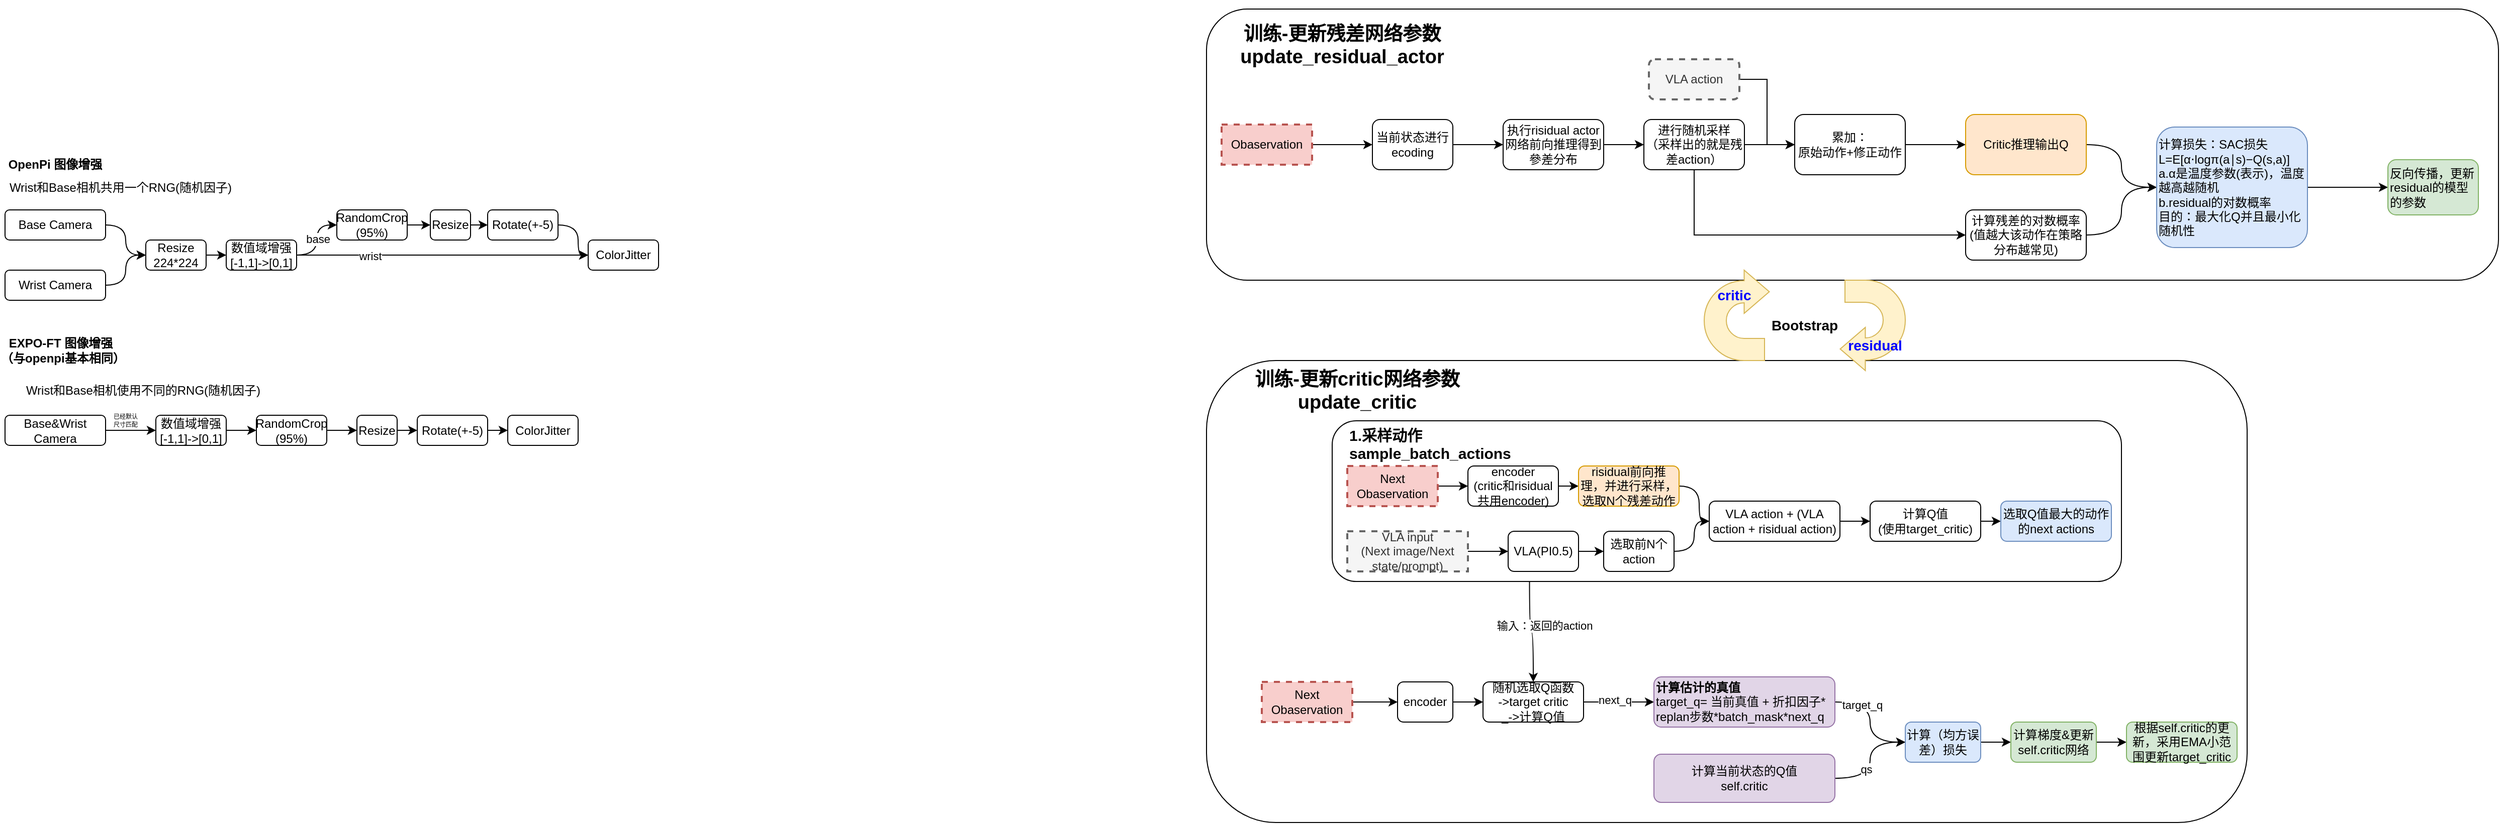
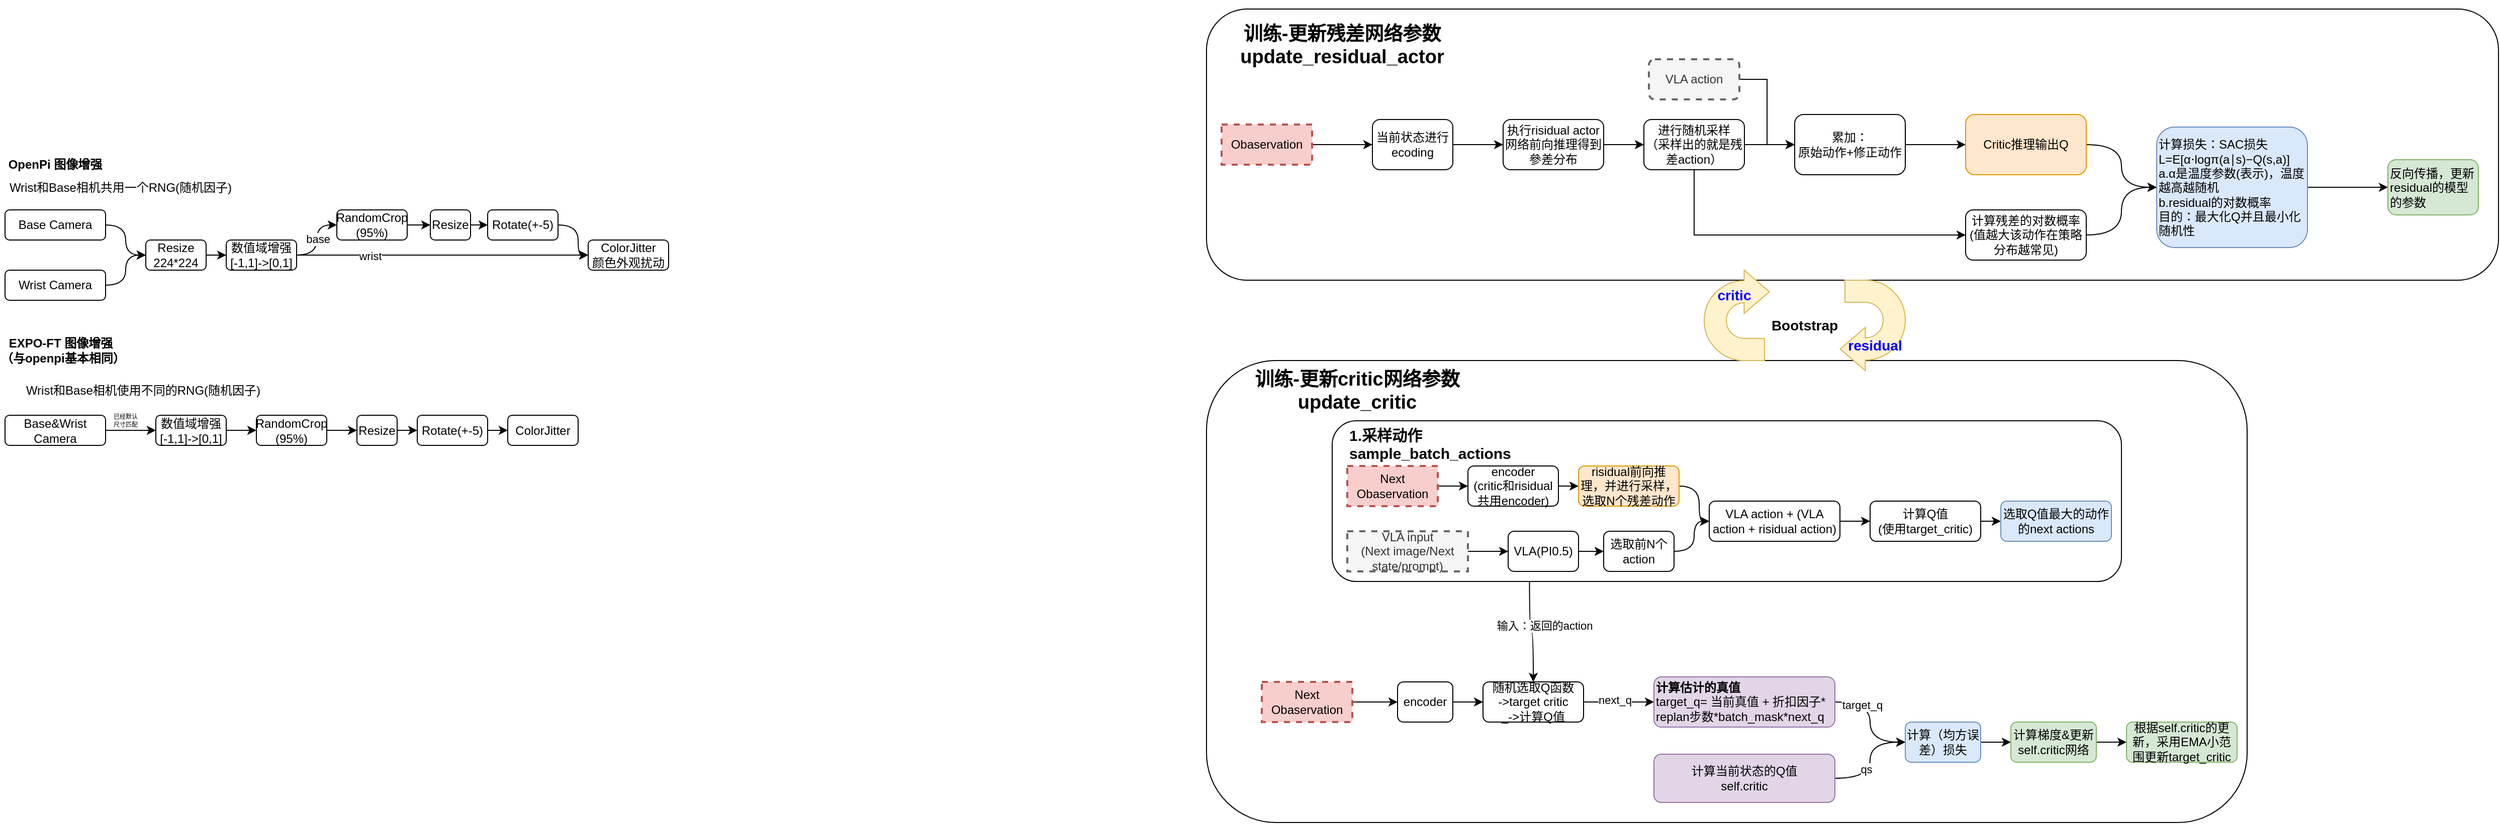
<mxfile host="app.diagrams.net">
  <diagram name="第 1 页" id="Xl2nalXjscSPXPMrPieM">
-     <mxGraphModel dx="2153" dy="1418" grid="1" gridSize="10" guides="1" tooltips="1" connect="1" arrows="1" fold="1" page="1" pageScale="1" pageWidth="827" pageHeight="1169" math="0" shadow="0">
+     <mxGraphModel dx="1893" dy="680" grid="1" gridSize="10" guides="1" tooltips="1" connect="1" arrows="1" fold="1" page="1" pageScale="1" pageWidth="827" pageHeight="1169" math="0" shadow="0">
      <root>
        <mxCell id="0" />
        <mxCell id="1" parent="0" />
        <mxCell id="5m5IZYSdE89hOnIhnB_D-75" parent="1" style="rounded=1;whiteSpace=wrap;html=1;" value="" vertex="1">
          <mxGeometry height="460" width="1035" x="-55" y="540" as="geometry" />
        </mxCell>
        <mxCell id="5m5IZYSdE89hOnIhnB_D-59" edge="1" parent="1" source="5m5IZYSdE89hOnIhnB_D-50" style="edgeStyle=orthogonalEdgeStyle;curved=1;rounded=0;orthogonalLoop=1;jettySize=auto;html=1;exitX=0.25;exitY=1;exitDx=0;exitDy=0;entryX=0.5;entryY=0;entryDx=0;entryDy=0;" target="5m5IZYSdE89hOnIhnB_D-56">
          <mxGeometry relative="1" as="geometry" />
        </mxCell>
        <mxCell id="5m5IZYSdE89hOnIhnB_D-60" connectable="0" parent="5m5IZYSdE89hOnIhnB_D-59" style="edgeLabel;html=1;align=center;verticalAlign=middle;resizable=0;points=[];" value="输入：返回的action" vertex="1">
          <mxGeometry relative="1" x="-0.1644" y="4" as="geometry">
            <mxPoint x="10" as="offset" />
          </mxGeometry>
        </mxCell>
        <mxCell id="5m5IZYSdE89hOnIhnB_D-22" parent="1" style="rounded=1;whiteSpace=wrap;html=1;" value="" vertex="1">
          <mxGeometry height="270" width="1285" x="-55" y="190" as="geometry" />
        </mxCell>
        <mxCell id="5m5IZYSdE89hOnIhnB_D-3" edge="1" parent="1" source="5m5IZYSdE89hOnIhnB_D-1" style="edgeStyle=orthogonalEdgeStyle;rounded=0;orthogonalLoop=1;jettySize=auto;html=1;" target="5m5IZYSdE89hOnIhnB_D-2" value="">
          <mxGeometry relative="1" as="geometry" />
        </mxCell>
        <mxCell id="5m5IZYSdE89hOnIhnB_D-1" parent="1" style="rounded=1;whiteSpace=wrap;html=1;" value="当前状态进行ecoding" vertex="1">
          <mxGeometry height="50" width="80" x="110" y="300" as="geometry" />
        </mxCell>
        <mxCell id="5m5IZYSdE89hOnIhnB_D-5" edge="1" parent="1" source="5m5IZYSdE89hOnIhnB_D-2" style="edgeStyle=orthogonalEdgeStyle;rounded=0;orthogonalLoop=1;jettySize=auto;html=1;" target="5m5IZYSdE89hOnIhnB_D-4" value="">
          <mxGeometry relative="1" as="geometry" />
        </mxCell>
        <mxCell id="5m5IZYSdE89hOnIhnB_D-2" parent="1" style="rounded=1;whiteSpace=wrap;html=1;" value="执行risidual actor网络前向推理得到參差分布" vertex="1">
          <mxGeometry height="50" width="100" x="240" y="300" as="geometry" />
        </mxCell>
        <mxCell id="5m5IZYSdE89hOnIhnB_D-7" edge="1" parent="1" source="5m5IZYSdE89hOnIhnB_D-4" style="edgeStyle=orthogonalEdgeStyle;rounded=0;orthogonalLoop=1;jettySize=auto;html=1;exitX=0.5;exitY=1;exitDx=0;exitDy=0;entryX=0;entryY=0.5;entryDx=0;entryDy=0;" target="5m5IZYSdE89hOnIhnB_D-6" value="">
          <mxGeometry relative="1" as="geometry" />
        </mxCell>
        <mxCell id="5m5IZYSdE89hOnIhnB_D-14" edge="1" parent="1" source="5m5IZYSdE89hOnIhnB_D-4" style="edgeStyle=orthogonalEdgeStyle;rounded=0;orthogonalLoop=1;jettySize=auto;html=1;exitX=1;exitY=0.5;exitDx=0;exitDy=0;entryX=0;entryY=0.5;entryDx=0;entryDy=0;" target="5m5IZYSdE89hOnIhnB_D-12">
          <mxGeometry relative="1" as="geometry" />
        </mxCell>
        <mxCell id="5m5IZYSdE89hOnIhnB_D-4" parent="1" style="rounded=1;whiteSpace=wrap;html=1;" value="进行随机采样&lt;br&gt;（采样出的就是残差action）" vertex="1">
          <mxGeometry height="50" width="100" x="380" y="300" as="geometry" />
        </mxCell>
        <mxCell id="5m5IZYSdE89hOnIhnB_D-19" edge="1" parent="1" source="5m5IZYSdE89hOnIhnB_D-6" style="edgeStyle=orthogonalEdgeStyle;rounded=0;orthogonalLoop=1;jettySize=auto;html=1;exitX=1;exitY=0.5;exitDx=0;exitDy=0;entryX=0;entryY=0.5;entryDx=0;entryDy=0;curved=1;" target="5m5IZYSdE89hOnIhnB_D-17">
          <mxGeometry relative="1" as="geometry" />
        </mxCell>
        <mxCell id="5m5IZYSdE89hOnIhnB_D-6" parent="1" style="rounded=1;whiteSpace=wrap;html=1;" value="计算残差的对数概率&lt;br&gt;(值越大该动作在策略分布越常见)" vertex="1">
          <mxGeometry height="50" width="120" x="700" y="390" as="geometry" />
        </mxCell>
        <mxCell id="5m5IZYSdE89hOnIhnB_D-9" edge="1" parent="1" source="5m5IZYSdE89hOnIhnB_D-8" style="edgeStyle=orthogonalEdgeStyle;rounded=0;orthogonalLoop=1;jettySize=auto;html=1;exitX=1;exitY=0.5;exitDx=0;exitDy=0;entryX=0;entryY=0.5;entryDx=0;entryDy=0;" target="5m5IZYSdE89hOnIhnB_D-1">
          <mxGeometry relative="1" as="geometry" />
        </mxCell>
        <mxCell id="5m5IZYSdE89hOnIhnB_D-8" parent="1" style="rounded=0;whiteSpace=wrap;html=1;fillColor=#f8cecc;strokeColor=#b85450;dashed=1;strokeWidth=2;" value="Obaservation" vertex="1">
          <mxGeometry height="40" width="90" x="-40" y="305" as="geometry" />
        </mxCell>
        <mxCell id="5m5IZYSdE89hOnIhnB_D-13" edge="1" parent="1" source="5m5IZYSdE89hOnIhnB_D-10" style="edgeStyle=orthogonalEdgeStyle;rounded=0;orthogonalLoop=1;jettySize=auto;html=1;exitX=1;exitY=0.5;exitDx=0;exitDy=0;entryX=0;entryY=0.5;entryDx=0;entryDy=0;" target="5m5IZYSdE89hOnIhnB_D-12">
          <mxGeometry relative="1" as="geometry" />
        </mxCell>
        <mxCell id="5m5IZYSdE89hOnIhnB_D-10" parent="1" style="rounded=1;whiteSpace=wrap;html=1;fillColor=#f5f5f5;fontColor=#333333;strokeColor=#666666;dashed=1;strokeWidth=2;" value="VLA action" vertex="1">
          <mxGeometry height="40" width="90" x="385" y="240" as="geometry" />
        </mxCell>
        <mxCell id="5m5IZYSdE89hOnIhnB_D-16" edge="1" parent="1" source="5m5IZYSdE89hOnIhnB_D-12" style="edgeStyle=orthogonalEdgeStyle;rounded=0;orthogonalLoop=1;jettySize=auto;html=1;exitX=1;exitY=0.5;exitDx=0;exitDy=0;entryX=0;entryY=0.5;entryDx=0;entryDy=0;" target="5m5IZYSdE89hOnIhnB_D-15">
          <mxGeometry relative="1" as="geometry" />
        </mxCell>
        <mxCell id="5m5IZYSdE89hOnIhnB_D-12" parent="1" style="rounded=1;whiteSpace=wrap;html=1;" value="累加：&lt;br&gt;原始动作+修正动作" vertex="1">
          <mxGeometry height="60" width="110" x="530" y="295" as="geometry" />
        </mxCell>
        <mxCell id="5m5IZYSdE89hOnIhnB_D-18" edge="1" parent="1" source="5m5IZYSdE89hOnIhnB_D-15" style="edgeStyle=orthogonalEdgeStyle;rounded=0;orthogonalLoop=1;jettySize=auto;html=1;exitX=1;exitY=0.5;exitDx=0;exitDy=0;entryX=0;entryY=0.5;entryDx=0;entryDy=0;curved=1;" target="5m5IZYSdE89hOnIhnB_D-17">
          <mxGeometry relative="1" as="geometry" />
        </mxCell>
        <mxCell id="5m5IZYSdE89hOnIhnB_D-15" parent="1" style="rounded=1;whiteSpace=wrap;html=1;fillColor=#ffe6cc;strokeColor=#d79b00;" value="Critic推理输出Q" vertex="1">
          <mxGeometry height="60" width="120" x="700" y="295" as="geometry" />
        </mxCell>
        <mxCell id="5m5IZYSdE89hOnIhnB_D-21" edge="1" parent="1" source="5m5IZYSdE89hOnIhnB_D-17" style="edgeStyle=orthogonalEdgeStyle;curved=1;rounded=0;orthogonalLoop=1;jettySize=auto;html=1;" target="5m5IZYSdE89hOnIhnB_D-20" value="">
          <mxGeometry relative="1" as="geometry" />
        </mxCell>
        <mxCell id="5m5IZYSdE89hOnIhnB_D-17" parent="1" style="rounded=1;whiteSpace=wrap;html=1;align=left;fillColor=#dae8fc;strokeColor=#6c8ebf;" value="计算损失：SAC损失&lt;br&gt;L=E[α⋅logπ(a∣s)−Q(s,a)]&lt;div&gt;a.α是温度参数(表示)，温度越高越随机&lt;br&gt;b.residual的对数概率&lt;br&gt;目的：最大化Q并且最小化随机性&lt;/div&gt;" vertex="1">
          <mxGeometry height="120" width="150" x="890" y="307.5" as="geometry" />
        </mxCell>
        <mxCell id="5m5IZYSdE89hOnIhnB_D-20" parent="1" style="rounded=1;whiteSpace=wrap;html=1;align=left;fillColor=#d5e8d4;strokeColor=#82b366;" value="反向传播，更新residual的模型的参数" vertex="1">
          <mxGeometry height="55" width="90" x="1120" y="340" as="geometry" />
        </mxCell>
        <mxCell id="5m5IZYSdE89hOnIhnB_D-23" parent="1" style="text;html=1;whiteSpace=wrap;strokeColor=none;fillColor=none;align=center;verticalAlign=middle;rounded=0;fontStyle=1;fontSize=19;" value="&lt;br&gt;训练-更新残差网络参数update_residual_actor" vertex="1">
          <mxGeometry height="30" width="220" x="-30" y="200" as="geometry" />
        </mxCell>
        <mxCell id="5m5IZYSdE89hOnIhnB_D-55" edge="1" parent="1" source="5m5IZYSdE89hOnIhnB_D-53" style="edgeStyle=orthogonalEdgeStyle;curved=1;rounded=0;orthogonalLoop=1;jettySize=auto;html=1;exitX=1;exitY=0.5;exitDx=0;exitDy=0;entryX=0;entryY=0.5;entryDx=0;entryDy=0;" target="5m5IZYSdE89hOnIhnB_D-54">
          <mxGeometry relative="1" as="geometry" />
        </mxCell>
        <mxCell id="5m5IZYSdE89hOnIhnB_D-53" parent="1" style="rounded=0;whiteSpace=wrap;html=1;fillColor=#f8cecc;strokeColor=#b85450;dashed=1;strokeWidth=2;" value="Next&lt;br&gt;Obaservation" vertex="1">
          <mxGeometry height="40" width="90" y="860" as="geometry" />
        </mxCell>
        <mxCell id="5m5IZYSdE89hOnIhnB_D-57" edge="1" parent="1" source="5m5IZYSdE89hOnIhnB_D-54" style="edgeStyle=orthogonalEdgeStyle;curved=1;rounded=0;orthogonalLoop=1;jettySize=auto;html=1;" target="5m5IZYSdE89hOnIhnB_D-56" value="">
          <mxGeometry relative="1" as="geometry" />
        </mxCell>
        <mxCell id="5m5IZYSdE89hOnIhnB_D-54" parent="1" style="rounded=1;whiteSpace=wrap;html=1;strokeWidth=1;" value="encoder" vertex="1">
          <mxGeometry height="40" width="55" x="135" y="860" as="geometry" />
        </mxCell>
        <mxCell id="5m5IZYSdE89hOnIhnB_D-64" edge="1" parent="1" source="5m5IZYSdE89hOnIhnB_D-56" style="edgeStyle=orthogonalEdgeStyle;curved=1;rounded=0;orthogonalLoop=1;jettySize=auto;html=1;" target="5m5IZYSdE89hOnIhnB_D-63" value="">
          <mxGeometry relative="1" as="geometry" />
        </mxCell>
        <mxCell id="5m5IZYSdE89hOnIhnB_D-65" connectable="0" parent="5m5IZYSdE89hOnIhnB_D-64" style="edgeLabel;html=1;align=center;verticalAlign=middle;resizable=0;points=[];" value="next_q" vertex="1">
          <mxGeometry relative="1" x="-0.1202" y="2" as="geometry">
            <mxPoint as="offset" />
          </mxGeometry>
        </mxCell>
        <mxCell id="5m5IZYSdE89hOnIhnB_D-56" parent="1" style="rounded=1;whiteSpace=wrap;html=1;strokeWidth=1;" value="随机选取Q函数&lt;br&gt;-&amp;gt;target critic&lt;div&gt;_-&amp;gt;计算Q值&lt;/div&gt;" vertex="1">
          <mxGeometry height="40" width="100" x="220" y="860" as="geometry" />
        </mxCell>
        <mxCell id="5m5IZYSdE89hOnIhnB_D-67" edge="1" parent="1" source="5m5IZYSdE89hOnIhnB_D-63" style="edgeStyle=orthogonalEdgeStyle;curved=1;rounded=0;orthogonalLoop=1;jettySize=auto;html=1;" target="5m5IZYSdE89hOnIhnB_D-66" value="">
          <mxGeometry relative="1" as="geometry" />
        </mxCell>
        <mxCell id="5m5IZYSdE89hOnIhnB_D-70" connectable="0" parent="5m5IZYSdE89hOnIhnB_D-67" style="edgeLabel;html=1;align=center;verticalAlign=middle;resizable=0;points=[];" value="target_q" vertex="1">
          <mxGeometry relative="1" x="-0.5152" y="-3" as="geometry">
            <mxPoint as="offset" />
          </mxGeometry>
        </mxCell>
        <mxCell id="5m5IZYSdE89hOnIhnB_D-63" parent="1" style="rounded=1;whiteSpace=wrap;html=1;strokeWidth=1;align=left;fillColor=#e1d5e7;strokeColor=#9673a6;" value="&lt;b&gt;计算估计的真值&lt;/b&gt;&lt;br&gt;target_q= 当前真值 + 折扣因子* replan步数*batch_mask*next_q" vertex="1">
          <mxGeometry height="50" width="180" x="390" y="855" as="geometry" />
        </mxCell>
        <mxCell id="5m5IZYSdE89hOnIhnB_D-74" edge="1" parent="1" source="5m5IZYSdE89hOnIhnB_D-66" style="edgeStyle=orthogonalEdgeStyle;curved=1;rounded=0;orthogonalLoop=1;jettySize=auto;html=1;" target="5m5IZYSdE89hOnIhnB_D-73" value="">
          <mxGeometry relative="1" as="geometry" />
        </mxCell>
        <mxCell id="5m5IZYSdE89hOnIhnB_D-66" parent="1" style="whiteSpace=wrap;html=1;align=center;rounded=1;strokeWidth=1;fillColor=#dae8fc;strokeColor=#6c8ebf;" value="计算（均方误差）损失" vertex="1">
          <mxGeometry height="40" width="75" x="640" y="900" as="geometry" />
        </mxCell>
        <mxCell id="5m5IZYSdE89hOnIhnB_D-69" edge="1" parent="1" source="5m5IZYSdE89hOnIhnB_D-68" style="edgeStyle=orthogonalEdgeStyle;curved=1;rounded=0;orthogonalLoop=1;jettySize=auto;html=1;exitX=1;exitY=0.5;exitDx=0;exitDy=0;entryX=0;entryY=0.5;entryDx=0;entryDy=0;" target="5m5IZYSdE89hOnIhnB_D-66">
          <mxGeometry relative="1" as="geometry" />
        </mxCell>
        <mxCell id="5m5IZYSdE89hOnIhnB_D-72" connectable="0" parent="5m5IZYSdE89hOnIhnB_D-69" style="edgeLabel;html=1;align=center;verticalAlign=middle;resizable=0;points=[];" value="qs" vertex="1">
          <mxGeometry relative="1" x="-0.1592" y="4" as="geometry">
            <mxPoint as="offset" />
          </mxGeometry>
        </mxCell>
        <mxCell id="5m5IZYSdE89hOnIhnB_D-68" parent="1" style="rounded=1;whiteSpace=wrap;html=1;strokeWidth=1;fillColor=#e1d5e7;strokeColor=#9673a6;" value="计算当前状态的Q值&lt;br&gt;self.critic" vertex="1">
          <mxGeometry height="48" width="180" x="390" y="932" as="geometry" />
        </mxCell>
        <mxCell id="5m5IZYSdE89hOnIhnB_D-78" edge="1" parent="1" source="5m5IZYSdE89hOnIhnB_D-73" style="edgeStyle=orthogonalEdgeStyle;curved=1;rounded=0;orthogonalLoop=1;jettySize=auto;html=1;" target="5m5IZYSdE89hOnIhnB_D-77" value="">
          <mxGeometry relative="1" as="geometry" />
        </mxCell>
        <mxCell id="5m5IZYSdE89hOnIhnB_D-73" parent="1" style="whiteSpace=wrap;html=1;align=center;rounded=1;strokeWidth=1;fillColor=#d5e8d4;strokeColor=#82b366;" value="计算梯度&amp;amp;更新self.critic网络" vertex="1">
          <mxGeometry height="40" width="85" x="745" y="900" as="geometry" />
        </mxCell>
        <mxCell id="5m5IZYSdE89hOnIhnB_D-76" parent="1" style="text;html=1;whiteSpace=wrap;strokeColor=none;fillColor=none;align=center;verticalAlign=middle;rounded=0;fontStyle=1;fontSize=19;" value="训练-更新critic网络参数&lt;br&gt;update_critic" vertex="1">
          <mxGeometry height="40" width="220" x="-15" y="550" as="geometry" />
        </mxCell>
        <mxCell id="5m5IZYSdE89hOnIhnB_D-77" parent="1" style="whiteSpace=wrap;html=1;align=center;rounded=1;strokeWidth=1;fillColor=#d5e8d4;strokeColor=#82b366;" value="根据self.critic的更新，采用EMA小范围更新target_critic" vertex="1">
          <mxGeometry height="40" width="110" x="860" y="900" as="geometry" />
        </mxCell>
        <mxCell id="5m5IZYSdE89hOnIhnB_D-79" connectable="0" parent="1" style="group" value="" vertex="1">
          <mxGeometry height="160" width="785" x="70" y="600" as="geometry" />
        </mxCell>
        <mxCell id="5m5IZYSdE89hOnIhnB_D-50" parent="5m5IZYSdE89hOnIhnB_D-79" style="rounded=1;whiteSpace=wrap;html=1;" value="" vertex="1">
          <mxGeometry height="160" width="785" as="geometry" />
        </mxCell>
        <mxCell id="5m5IZYSdE89hOnIhnB_D-39" edge="1" parent="5m5IZYSdE89hOnIhnB_D-79" source="5m5IZYSdE89hOnIhnB_D-32" style="edgeStyle=orthogonalEdgeStyle;curved=1;rounded=0;orthogonalLoop=1;jettySize=auto;html=1;exitX=1;exitY=0.5;exitDx=0;exitDy=0;entryX=0;entryY=0.5;entryDx=0;entryDy=0;" target="5m5IZYSdE89hOnIhnB_D-38">
          <mxGeometry relative="1" as="geometry" />
        </mxCell>
        <mxCell id="5m5IZYSdE89hOnIhnB_D-32" parent="5m5IZYSdE89hOnIhnB_D-79" style="rounded=0;whiteSpace=wrap;html=1;fillColor=#f8cecc;strokeColor=#b85450;dashed=1;strokeWidth=2;" value="Next&lt;br&gt;Obaservation" vertex="1">
          <mxGeometry height="40" width="90" x="15" y="45" as="geometry" />
        </mxCell>
        <mxCell id="5m5IZYSdE89hOnIhnB_D-35" edge="1" parent="5m5IZYSdE89hOnIhnB_D-79" source="5m5IZYSdE89hOnIhnB_D-33" style="edgeStyle=orthogonalEdgeStyle;curved=1;rounded=0;orthogonalLoop=1;jettySize=auto;html=1;" target="5m5IZYSdE89hOnIhnB_D-34" value="">
          <mxGeometry relative="1" as="geometry" />
        </mxCell>
        <mxCell id="5m5IZYSdE89hOnIhnB_D-33" parent="5m5IZYSdE89hOnIhnB_D-79" style="rounded=0;whiteSpace=wrap;html=1;fillColor=#f5f5f5;fontColor=#333333;strokeColor=#666666;dashed=1;strokeWidth=2;" value="VLA input&lt;br&gt;(Next image/Next state/prompt)" vertex="1">
          <mxGeometry height="40" width="120" x="15" y="110" as="geometry" />
        </mxCell>
        <mxCell id="5m5IZYSdE89hOnIhnB_D-37" edge="1" parent="5m5IZYSdE89hOnIhnB_D-79" source="5m5IZYSdE89hOnIhnB_D-34" style="edgeStyle=orthogonalEdgeStyle;curved=1;rounded=0;orthogonalLoop=1;jettySize=auto;html=1;" target="5m5IZYSdE89hOnIhnB_D-36" value="">
          <mxGeometry relative="1" as="geometry" />
        </mxCell>
        <mxCell id="5m5IZYSdE89hOnIhnB_D-34" parent="5m5IZYSdE89hOnIhnB_D-79" style="rounded=1;whiteSpace=wrap;html=1;strokeWidth=1;" value="VLA(PI0.5)" vertex="1">
          <mxGeometry height="40" width="70" x="175" y="110" as="geometry" />
        </mxCell>
        <mxCell id="5m5IZYSdE89hOnIhnB_D-44" edge="1" parent="5m5IZYSdE89hOnIhnB_D-79" source="5m5IZYSdE89hOnIhnB_D-36" style="edgeStyle=orthogonalEdgeStyle;curved=1;rounded=0;orthogonalLoop=1;jettySize=auto;html=1;exitX=1;exitY=0.5;exitDx=0;exitDy=0;entryX=0;entryY=0.5;entryDx=0;entryDy=0;" target="5m5IZYSdE89hOnIhnB_D-43">
          <mxGeometry relative="1" as="geometry" />
        </mxCell>
        <mxCell id="5m5IZYSdE89hOnIhnB_D-36" parent="5m5IZYSdE89hOnIhnB_D-79" style="rounded=1;whiteSpace=wrap;html=1;strokeWidth=1;" value="选取前N个action" vertex="1">
          <mxGeometry height="40" width="70" x="270" y="110" as="geometry" />
        </mxCell>
        <mxCell id="5m5IZYSdE89hOnIhnB_D-41" edge="1" parent="5m5IZYSdE89hOnIhnB_D-79" source="5m5IZYSdE89hOnIhnB_D-38" style="edgeStyle=orthogonalEdgeStyle;curved=1;rounded=0;orthogonalLoop=1;jettySize=auto;html=1;" target="5m5IZYSdE89hOnIhnB_D-40" value="">
          <mxGeometry relative="1" as="geometry" />
        </mxCell>
        <mxCell id="5m5IZYSdE89hOnIhnB_D-38" parent="5m5IZYSdE89hOnIhnB_D-79" style="rounded=1;whiteSpace=wrap;html=1;strokeWidth=1;" value="encoder&lt;div&gt;(critic和risidual共用encoder)&lt;/div&gt;" vertex="1">
          <mxGeometry height="40" width="90" x="135" y="45" as="geometry" />
        </mxCell>
        <mxCell id="5m5IZYSdE89hOnIhnB_D-45" edge="1" parent="5m5IZYSdE89hOnIhnB_D-79" source="5m5IZYSdE89hOnIhnB_D-40" style="edgeStyle=orthogonalEdgeStyle;curved=1;rounded=0;orthogonalLoop=1;jettySize=auto;html=1;exitX=1;exitY=0.5;exitDx=0;exitDy=0;entryX=0;entryY=0.5;entryDx=0;entryDy=0;" target="5m5IZYSdE89hOnIhnB_D-43">
          <mxGeometry relative="1" as="geometry" />
        </mxCell>
        <mxCell id="5m5IZYSdE89hOnIhnB_D-40" parent="5m5IZYSdE89hOnIhnB_D-79" style="rounded=1;whiteSpace=wrap;html=1;strokeWidth=1;fillColor=#ffe6cc;strokeColor=#d79b00;" value="risidual前向推理，并进行采样，选取N个残差动作" vertex="1">
          <mxGeometry height="40" width="100" x="245" y="45" as="geometry" />
        </mxCell>
        <mxCell id="5m5IZYSdE89hOnIhnB_D-47" edge="1" parent="5m5IZYSdE89hOnIhnB_D-79" source="5m5IZYSdE89hOnIhnB_D-43" style="edgeStyle=orthogonalEdgeStyle;curved=1;rounded=0;orthogonalLoop=1;jettySize=auto;html=1;exitX=1;exitY=0.5;exitDx=0;exitDy=0;entryX=0;entryY=0.5;entryDx=0;entryDy=0;" target="5m5IZYSdE89hOnIhnB_D-46">
          <mxGeometry relative="1" as="geometry" />
        </mxCell>
        <mxCell id="5m5IZYSdE89hOnIhnB_D-43" parent="5m5IZYSdE89hOnIhnB_D-79" style="rounded=1;whiteSpace=wrap;html=1;strokeWidth=1;" value="VLA action + (VLA action + risidual action)" vertex="1">
          <mxGeometry height="40" width="130" x="375" y="80" as="geometry" />
        </mxCell>
        <mxCell id="5m5IZYSdE89hOnIhnB_D-49" edge="1" parent="5m5IZYSdE89hOnIhnB_D-79" source="5m5IZYSdE89hOnIhnB_D-46" style="edgeStyle=orthogonalEdgeStyle;curved=1;rounded=0;orthogonalLoop=1;jettySize=auto;html=1;" target="5m5IZYSdE89hOnIhnB_D-48" value="">
          <mxGeometry relative="1" as="geometry" />
        </mxCell>
        <mxCell id="5m5IZYSdE89hOnIhnB_D-46" parent="5m5IZYSdE89hOnIhnB_D-79" style="rounded=1;whiteSpace=wrap;html=1;strokeWidth=1;" value="计算Q值&lt;br&gt;(使用target_critic)" vertex="1">
          <mxGeometry height="40" width="110" x="535" y="80" as="geometry" />
        </mxCell>
        <mxCell id="5m5IZYSdE89hOnIhnB_D-48" parent="5m5IZYSdE89hOnIhnB_D-79" style="rounded=1;whiteSpace=wrap;html=1;strokeWidth=1;fillColor=#dae8fc;strokeColor=#6c8ebf;" value="选取Q值最大的动作&lt;br&gt;的next actions" vertex="1">
          <mxGeometry height="40" width="110" x="665" y="80" as="geometry" />
        </mxCell>
        <mxCell id="5m5IZYSdE89hOnIhnB_D-51" parent="5m5IZYSdE89hOnIhnB_D-79" style="text;html=1;whiteSpace=wrap;strokeColor=none;fillColor=none;align=left;verticalAlign=middle;rounded=0;fontStyle=1;fontSize=15;" value="1.采样动作&lt;br&gt;sample_batch_actions" vertex="1">
          <mxGeometry height="30" width="220" x="15" y="8" as="geometry" />
        </mxCell>
        <mxCell id="5m5IZYSdE89hOnIhnB_D-82" parent="1" style="html=1;shadow=0;dashed=0;align=center;verticalAlign=middle;shape=mxgraph.arrows2.uTurnArrow;dy=11;arrowHead=43;dx2=25;fillColor=#fff2cc;strokeColor=#d6b656;" value="" vertex="1">
          <mxGeometry height="90" width="60" x="440" y="450" as="geometry" />
        </mxCell>
        <mxCell id="5m5IZYSdE89hOnIhnB_D-83" parent="1" style="html=1;shadow=0;dashed=0;align=center;verticalAlign=middle;shape=mxgraph.arrows2.uTurnArrow;dy=11;arrowHead=43;dx2=25;rotation=-180;fillColor=#fff2cc;strokeColor=#d6b656;" value="&amp;nbsp; " vertex="1">
          <mxGeometry height="90" width="60" x="580" y="460" as="geometry" />
        </mxCell>
        <mxCell id="5m5IZYSdE89hOnIhnB_D-84" parent="1" style="text;html=1;whiteSpace=wrap;strokeColor=none;fillColor=none;align=center;verticalAlign=middle;rounded=0;fontStyle=1;fontSize=14;" value="Bootstrap" vertex="1">
          <mxGeometry height="30" width="60" x="510" y="490" as="geometry" />
        </mxCell>
        <mxCell id="5m5IZYSdE89hOnIhnB_D-85" parent="1" style="text;html=1;whiteSpace=wrap;strokeColor=none;fillColor=none;align=center;verticalAlign=middle;rounded=0;fontStyle=1;fontColor=#0000FF;fontSize=14;" value="critic" vertex="1">
          <mxGeometry height="30" width="60" x="440" y="460" as="geometry" />
        </mxCell>
        <mxCell id="5m5IZYSdE89hOnIhnB_D-86" parent="1" style="text;html=1;whiteSpace=wrap;strokeColor=none;fillColor=none;align=center;verticalAlign=middle;rounded=0;fontStyle=1;fontColor=#0000FF;fontSize=14;" value="residual" vertex="1">
          <mxGeometry height="30" width="60" x="580" y="510" as="geometry" />
        </mxCell>
        <mxCell id="5m5IZYSdE89hOnIhnB_D-99" edge="1" parent="1" source="5m5IZYSdE89hOnIhnB_D-87" style="edgeStyle=orthogonalEdgeStyle;curved=1;rounded=0;orthogonalLoop=1;jettySize=auto;html=1;exitX=1;exitY=0.5;exitDx=0;exitDy=0;entryX=0;entryY=0.5;entryDx=0;entryDy=0;" target="5m5IZYSdE89hOnIhnB_D-89">
          <mxGeometry relative="1" as="geometry" />
        </mxCell>
        <mxCell id="5m5IZYSdE89hOnIhnB_D-87" parent="1" style="rounded=1;whiteSpace=wrap;html=1;" value="Base Camera" vertex="1">
          <mxGeometry height="30" width="100" x="-1250" y="390" as="geometry" />
        </mxCell>
        <mxCell id="5m5IZYSdE89hOnIhnB_D-98" edge="1" parent="1" source="5m5IZYSdE89hOnIhnB_D-88" style="edgeStyle=orthogonalEdgeStyle;curved=1;rounded=0;orthogonalLoop=1;jettySize=auto;html=1;exitX=1;exitY=0.5;exitDx=0;exitDy=0;entryX=0;entryY=0.5;entryDx=0;entryDy=0;" target="5m5IZYSdE89hOnIhnB_D-89">
          <mxGeometry relative="1" as="geometry" />
        </mxCell>
        <mxCell id="5m5IZYSdE89hOnIhnB_D-88" parent="1" style="rounded=1;whiteSpace=wrap;html=1;" value="Wrist Camera" vertex="1">
          <mxGeometry height="30" width="100" x="-1250" y="450" as="geometry" />
        </mxCell>
        <mxCell id="5m5IZYSdE89hOnIhnB_D-108" edge="1" parent="1" source="5m5IZYSdE89hOnIhnB_D-89" style="edgeStyle=orthogonalEdgeStyle;curved=1;rounded=0;orthogonalLoop=1;jettySize=auto;html=1;" target="5m5IZYSdE89hOnIhnB_D-107" value="">
          <mxGeometry relative="1" as="geometry" />
        </mxCell>
        <mxCell id="5m5IZYSdE89hOnIhnB_D-89" parent="1" style="rounded=1;whiteSpace=wrap;html=1;" value="Resize&lt;div&gt;224*224&lt;/div&gt;" vertex="1">
          <mxGeometry height="30" width="60" x="-1110" y="420" as="geometry" />
        </mxCell>
        <mxCell id="5m5IZYSdE89hOnIhnB_D-92" edge="1" parent="1" source="5m5IZYSdE89hOnIhnB_D-90" style="edgeStyle=orthogonalEdgeStyle;curved=1;rounded=0;orthogonalLoop=1;jettySize=auto;html=1;" target="5m5IZYSdE89hOnIhnB_D-91" value="">
          <mxGeometry relative="1" as="geometry" />
        </mxCell>
        <mxCell id="5m5IZYSdE89hOnIhnB_D-90" parent="1" style="rounded=1;whiteSpace=wrap;html=1;" value="RandomCrop&lt;br&gt;(95%)" vertex="1">
          <mxGeometry height="30" width="70" x="-920" y="390" as="geometry" />
        </mxCell>
        <mxCell id="5m5IZYSdE89hOnIhnB_D-94" edge="1" parent="1" source="5m5IZYSdE89hOnIhnB_D-91" style="edgeStyle=orthogonalEdgeStyle;curved=1;rounded=0;orthogonalLoop=1;jettySize=auto;html=1;" target="5m5IZYSdE89hOnIhnB_D-93" value="">
          <mxGeometry relative="1" as="geometry" />
        </mxCell>
        <mxCell id="5m5IZYSdE89hOnIhnB_D-91" parent="1" style="rounded=1;whiteSpace=wrap;html=1;" value="Resize" vertex="1">
          <mxGeometry height="30" width="40" x="-827" y="390" as="geometry" />
        </mxCell>
        <mxCell id="5m5IZYSdE89hOnIhnB_D-96" edge="1" parent="1" source="5m5IZYSdE89hOnIhnB_D-93" style="edgeStyle=orthogonalEdgeStyle;curved=1;rounded=0;orthogonalLoop=1;jettySize=auto;html=1;" target="5m5IZYSdE89hOnIhnB_D-95" value="">
          <mxGeometry relative="1" as="geometry" />
        </mxCell>
        <mxCell id="5m5IZYSdE89hOnIhnB_D-93" parent="1" style="rounded=1;whiteSpace=wrap;html=1;" value="Rotate(+-5)" vertex="1">
          <mxGeometry height="30" width="70" x="-770" y="390" as="geometry" />
        </mxCell>
-         <mxCell id="5m5IZYSdE89hOnIhnB_D-95" parent="1" style="rounded=1;whiteSpace=wrap;html=1;" value="ColorJitter" vertex="1">
-           <mxGeometry height="30" width="70" x="-670" y="420" as="geometry" />
+         <mxCell id="5m5IZYSdE89hOnIhnB_D-95" parent="1" style="rounded=1;whiteSpace=wrap;html=1;" value="ColorJitter&lt;br&gt;颜色外观扰动" vertex="1">
+           <mxGeometry height="30" width="80" x="-670" y="420" as="geometry" />
        </mxCell>
        <mxCell id="5m5IZYSdE89hOnIhnB_D-103" parent="1" style="text;html=1;whiteSpace=wrap;strokeColor=none;fillColor=none;align=center;verticalAlign=middle;rounded=0;" value="Wrist和Base相机共用一个RNG(随机因子)" vertex="1">
          <mxGeometry height="20" width="230" x="-1250" y="357.5" as="geometry" />
        </mxCell>
        <mxCell id="5m5IZYSdE89hOnIhnB_D-105" parent="1" style="text;html=1;whiteSpace=wrap;strokeColor=none;fillColor=none;align=center;verticalAlign=middle;rounded=0;fontStyle=1" value="OpenPi 图像增强" vertex="1">
          <mxGeometry height="20" width="110" x="-1255" y="335" as="geometry" />
        </mxCell>
        <mxCell id="5m5IZYSdE89hOnIhnB_D-106" parent="1" style="text;html=1;whiteSpace=wrap;strokeColor=none;fillColor=none;align=center;verticalAlign=middle;rounded=0;fontStyle=1" value="EXPO-FT 图像增强&lt;br&gt;（与openpi基本相同）" vertex="1">
          <mxGeometry height="20" width="121" x="-1255" y="520" as="geometry" />
        </mxCell>
        <mxCell id="5m5IZYSdE89hOnIhnB_D-109" edge="1" parent="1" source="5m5IZYSdE89hOnIhnB_D-107" style="edgeStyle=orthogonalEdgeStyle;curved=1;rounded=0;orthogonalLoop=1;jettySize=auto;html=1;exitX=1;exitY=0.5;exitDx=0;exitDy=0;entryX=0;entryY=0.5;entryDx=0;entryDy=0;" target="5m5IZYSdE89hOnIhnB_D-90">
          <mxGeometry relative="1" as="geometry" />
        </mxCell>
        <mxCell id="5m5IZYSdE89hOnIhnB_D-110" connectable="0" parent="5m5IZYSdE89hOnIhnB_D-109" style="edgeLabel;html=1;align=center;verticalAlign=middle;resizable=0;points=[];" value="base" vertex="1">
          <mxGeometry relative="1" x="0.0335" y="-1" as="geometry">
            <mxPoint as="offset" />
          </mxGeometry>
        </mxCell>
        <mxCell id="5m5IZYSdE89hOnIhnB_D-111" edge="1" parent="1" source="5m5IZYSdE89hOnIhnB_D-107" style="edgeStyle=orthogonalEdgeStyle;curved=1;rounded=0;orthogonalLoop=1;jettySize=auto;html=1;exitX=1;exitY=0.5;exitDx=0;exitDy=0;" target="5m5IZYSdE89hOnIhnB_D-95">
          <mxGeometry relative="1" as="geometry" />
        </mxCell>
        <mxCell id="5m5IZYSdE89hOnIhnB_D-112" connectable="0" parent="5m5IZYSdE89hOnIhnB_D-111" style="edgeLabel;html=1;align=center;verticalAlign=middle;resizable=0;points=[];" value="wrist" vertex="1">
          <mxGeometry relative="1" x="-0.4996" y="-1" as="geometry">
            <mxPoint as="offset" />
          </mxGeometry>
        </mxCell>
        <mxCell id="5m5IZYSdE89hOnIhnB_D-107" parent="1" style="rounded=1;whiteSpace=wrap;html=1;" value="数值域增强&lt;br&gt;[-1,1]-&amp;gt;[0,1]" vertex="1">
          <mxGeometry height="30" width="70" x="-1030" y="420" as="geometry" />
        </mxCell>
        <mxCell id="5m5IZYSdE89hOnIhnB_D-118" edge="1" parent="1" source="5m5IZYSdE89hOnIhnB_D-113" style="edgeStyle=orthogonalEdgeStyle;curved=1;rounded=0;orthogonalLoop=1;jettySize=auto;html=1;exitX=1;exitY=0.5;exitDx=0;exitDy=0;entryX=0;entryY=0.5;entryDx=0;entryDy=0;" target="5m5IZYSdE89hOnIhnB_D-114">
          <mxGeometry relative="1" as="geometry" />
        </mxCell>
        <mxCell id="5m5IZYSdE89hOnIhnB_D-113" parent="1" style="rounded=1;whiteSpace=wrap;html=1;" value="数值域增强&lt;br&gt;[-1,1]-&amp;gt;[0,1]" vertex="1">
          <mxGeometry height="30" width="70" x="-1100" y="594.5" as="geometry" />
        </mxCell>
        <mxCell id="5m5IZYSdE89hOnIhnB_D-119" edge="1" parent="1" source="5m5IZYSdE89hOnIhnB_D-114" style="edgeStyle=orthogonalEdgeStyle;curved=1;rounded=0;orthogonalLoop=1;jettySize=auto;html=1;exitX=1;exitY=0.5;exitDx=0;exitDy=0;entryX=0;entryY=0.5;entryDx=0;entryDy=0;" target="5m5IZYSdE89hOnIhnB_D-115">
          <mxGeometry relative="1" as="geometry" />
        </mxCell>
        <mxCell id="5m5IZYSdE89hOnIhnB_D-114" parent="1" style="rounded=1;whiteSpace=wrap;html=1;" value="RandomCrop&lt;br&gt;(95%)" vertex="1">
          <mxGeometry height="30" width="70" x="-1000" y="594.5" as="geometry" />
        </mxCell>
        <mxCell id="5m5IZYSdE89hOnIhnB_D-120" edge="1" parent="1" source="5m5IZYSdE89hOnIhnB_D-115" style="edgeStyle=orthogonalEdgeStyle;curved=1;rounded=0;orthogonalLoop=1;jettySize=auto;html=1;exitX=1;exitY=0.5;exitDx=0;exitDy=0;entryX=0;entryY=0.5;entryDx=0;entryDy=0;" target="5m5IZYSdE89hOnIhnB_D-116">
          <mxGeometry relative="1" as="geometry" />
        </mxCell>
        <mxCell id="5m5IZYSdE89hOnIhnB_D-115" parent="1" style="rounded=1;whiteSpace=wrap;html=1;" value="Resize" vertex="1">
          <mxGeometry height="30" width="40" x="-900" y="594.5" as="geometry" />
        </mxCell>
        <mxCell id="5m5IZYSdE89hOnIhnB_D-121" edge="1" parent="1" source="5m5IZYSdE89hOnIhnB_D-116" style="edgeStyle=orthogonalEdgeStyle;curved=1;rounded=0;orthogonalLoop=1;jettySize=auto;html=1;exitX=1;exitY=0.5;exitDx=0;exitDy=0;entryX=0;entryY=0.5;entryDx=0;entryDy=0;" target="5m5IZYSdE89hOnIhnB_D-117">
          <mxGeometry relative="1" as="geometry" />
        </mxCell>
        <mxCell id="5m5IZYSdE89hOnIhnB_D-116" parent="1" style="rounded=1;whiteSpace=wrap;html=1;" value="Rotate(+-5)" vertex="1">
          <mxGeometry height="30" width="70" x="-840" y="594.5" as="geometry" />
        </mxCell>
        <mxCell id="5m5IZYSdE89hOnIhnB_D-117" parent="1" style="rounded=1;whiteSpace=wrap;html=1;" value="ColorJitter" vertex="1">
          <mxGeometry height="30" width="70" x="-750" y="594.5" as="geometry" />
        </mxCell>
        <mxCell id="5m5IZYSdE89hOnIhnB_D-123" edge="1" parent="1" source="5m5IZYSdE89hOnIhnB_D-122" style="edgeStyle=orthogonalEdgeStyle;curved=1;rounded=0;orthogonalLoop=1;jettySize=auto;html=1;exitX=1;exitY=0.5;exitDx=0;exitDy=0;entryX=0;entryY=0.5;entryDx=0;entryDy=0;" target="5m5IZYSdE89hOnIhnB_D-113">
          <mxGeometry relative="1" as="geometry" />
        </mxCell>
        <mxCell id="5m5IZYSdE89hOnIhnB_D-122" parent="1" style="rounded=1;whiteSpace=wrap;html=1;" value="Base&amp;amp;Wrist Camera" vertex="1">
          <mxGeometry height="30" width="100" x="-1250" y="594.5" as="geometry" />
        </mxCell>
        <mxCell id="5m5IZYSdE89hOnIhnB_D-124" parent="1" style="text;html=1;whiteSpace=wrap;strokeColor=none;fillColor=none;align=center;verticalAlign=middle;rounded=0;fontSize=6;" value="已经默认&lt;br&gt;尺寸匹配" vertex="1">
          <mxGeometry height="30" width="60" x="-1160" y="584.5" as="geometry" />
        </mxCell>
        <mxCell id="5m5IZYSdE89hOnIhnB_D-125" parent="1" style="text;html=1;whiteSpace=wrap;strokeColor=none;fillColor=none;align=center;verticalAlign=middle;rounded=0;" value="Wrist和Base相机使用不同的RNG(随机因子)" vertex="1">
          <mxGeometry height="20" width="265" x="-1245" y="560" as="geometry" />
        </mxCell>
      </root>
    </mxGraphModel>
  </diagram>
</mxfile>
